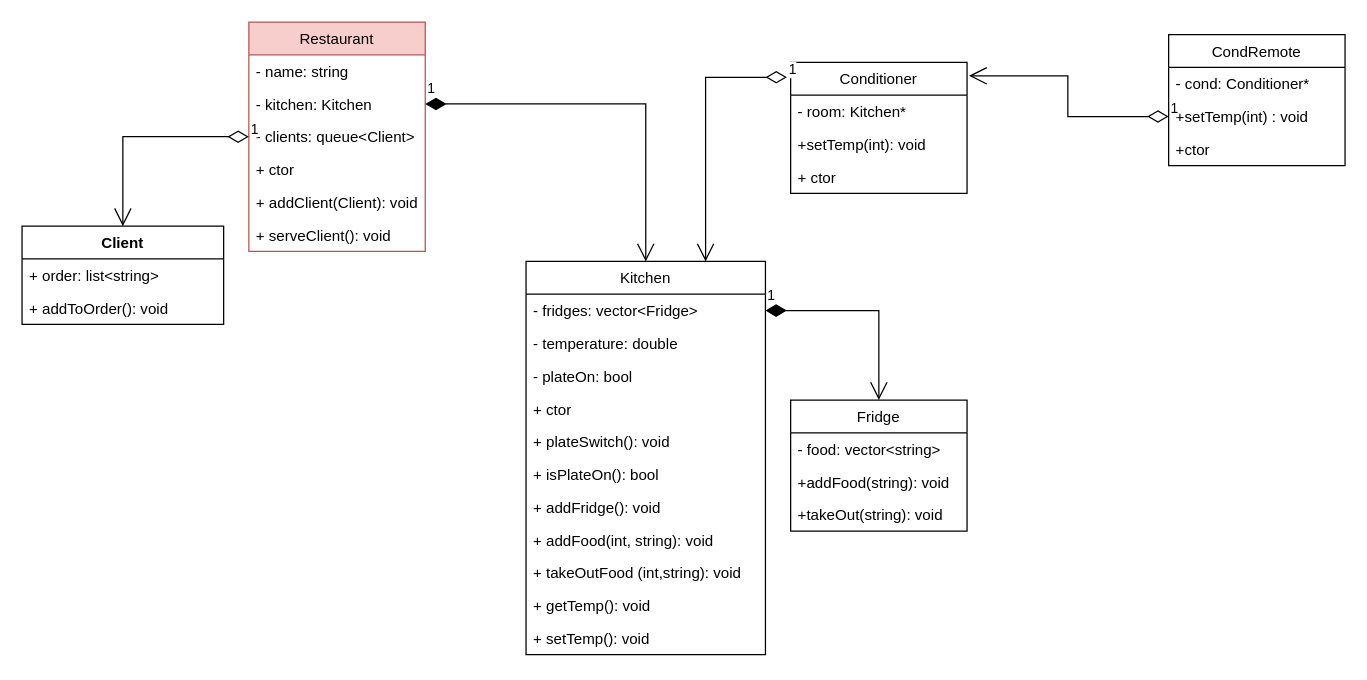
Earlier version of the draw.io diagram folder/Restaurant.drawio (bondarenkoigor/UML). Source tidied: cells renumbered, new cells numbered last; positions are measured from the earlier drawing's top-left corner, leaving out a move shared by most shapes. Both pictures are drawn from the tidied source at 126%, with x=0, y=0 at pixel (21, 21).
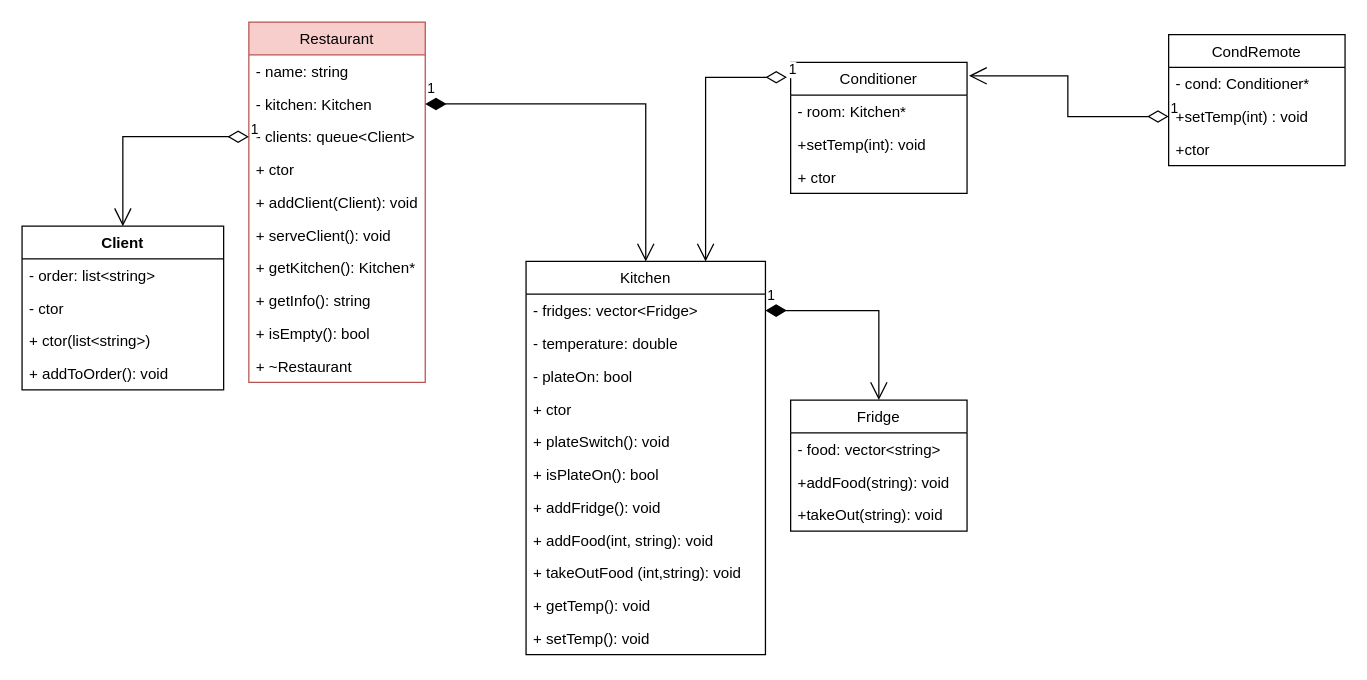
The same page after the edit.

Change to the diagram source:
```diff
@@
     <mxCell id="2" value="Restaurant" style="swimlane;fontStyle=0;horizontal=1;startSize=26;fillColor=#f8cecc;strokeColor=#b85450;" parent="1" vertex="1">
-      <mxGeometry x="180" width="140" height="182" as="geometry" />
+      <mxGeometry x="180" width="140" height="286" as="geometry" />
     </mxCell>
@@
+    <mxCell id="41" value="+ getKitchen(): Kitchen*" style="text;strokeColor=none;fillColor=none;align=left;verticalAlign=top;spacingLeft=4;spacingRight=4;overflow=hidden;" parent="2" vertex="1">
+      <mxGeometry y="182" width="140" height="26" as="geometry" />
+    </mxCell>
+    <mxCell id="42" value="+ getInfo(): string" style="text;strokeColor=none;fillColor=none;align=left;verticalAlign=top;spacingLeft=4;spacingRight=4;overflow=hidden;" parent="2" vertex="1">
+      <mxGeometry y="208" width="140" height="26" as="geometry" />
+    </mxCell>
+    <mxCell id="43" value="+ isEmpty(): bool" style="text;strokeColor=none;fillColor=none;align=left;verticalAlign=top;spacingLeft=4;spacingRight=4;overflow=hidden;" parent="2" vertex="1">
+      <mxGeometry y="234" width="140" height="26" as="geometry" />
+    </mxCell>
+    <mxCell id="44" value="+ ~Restaurant" style="text;strokeColor=none;fillColor=none;align=left;verticalAlign=top;spacingLeft=4;spacingRight=4;overflow=hidden;" parent="2" vertex="1">
+      <mxGeometry y="260" width="140" height="26" as="geometry" />
+    </mxCell>
@@
     <mxCell id="38" value="Client&#10;&#10;" style="swimlane;fontStyle=1;align=center;verticalAlign=top;horizontal=1;startSize=26;" parent="1" vertex="1">
-      <mxGeometry y="162" width="160" height="78" as="geometry" />
+      <mxGeometry y="162" width="160" height="130" as="geometry" />
     </mxCell>
-    <mxCell id="39" value="+ order: list&lt;string&gt;" style="text;strokeColor=none;fillColor=none;align=left;verticalAlign=top;spacingLeft=4;spacingRight=4;overflow=hidden;" parent="38" vertex="1">
+    <mxCell id="39" value="- order: list&lt;string&gt;" style="text;strokeColor=none;fillColor=none;align=left;verticalAlign=top;spacingLeft=4;spacingRight=4;overflow=hidden;" parent="38" vertex="1">
       <mxGeometry y="26" width="160" height="26" as="geometry" />
     </mxCell>
+    <mxCell id="45" value="- ctor" style="text;strokeColor=none;fillColor=none;align=left;verticalAlign=top;spacingLeft=4;spacingRight=4;overflow=hidden;" parent="38" vertex="1">
+      <mxGeometry y="52" width="160" height="26" as="geometry" />
+    </mxCell>
+    <mxCell id="46" value="+ ctor(list&lt;string&gt;)" style="text;strokeColor=none;fillColor=none;align=left;verticalAlign=top;spacingLeft=4;spacingRight=4;overflow=hidden;" parent="38" vertex="1">
+      <mxGeometry y="78" width="160" height="26" as="geometry" />
+    </mxCell>
     <mxCell id="40" value="+ addToOrder(): void" style="text;strokeColor=none;fillColor=none;align=left;verticalAlign=top;spacingLeft=4;spacingRight=4;overflow=hidden;" parent="38" vertex="1">
-      <mxGeometry y="52" width="160" height="26" as="geometry" />
+      <mxGeometry y="104" width="160" height="26" as="geometry" />
     </mxCell>
```
